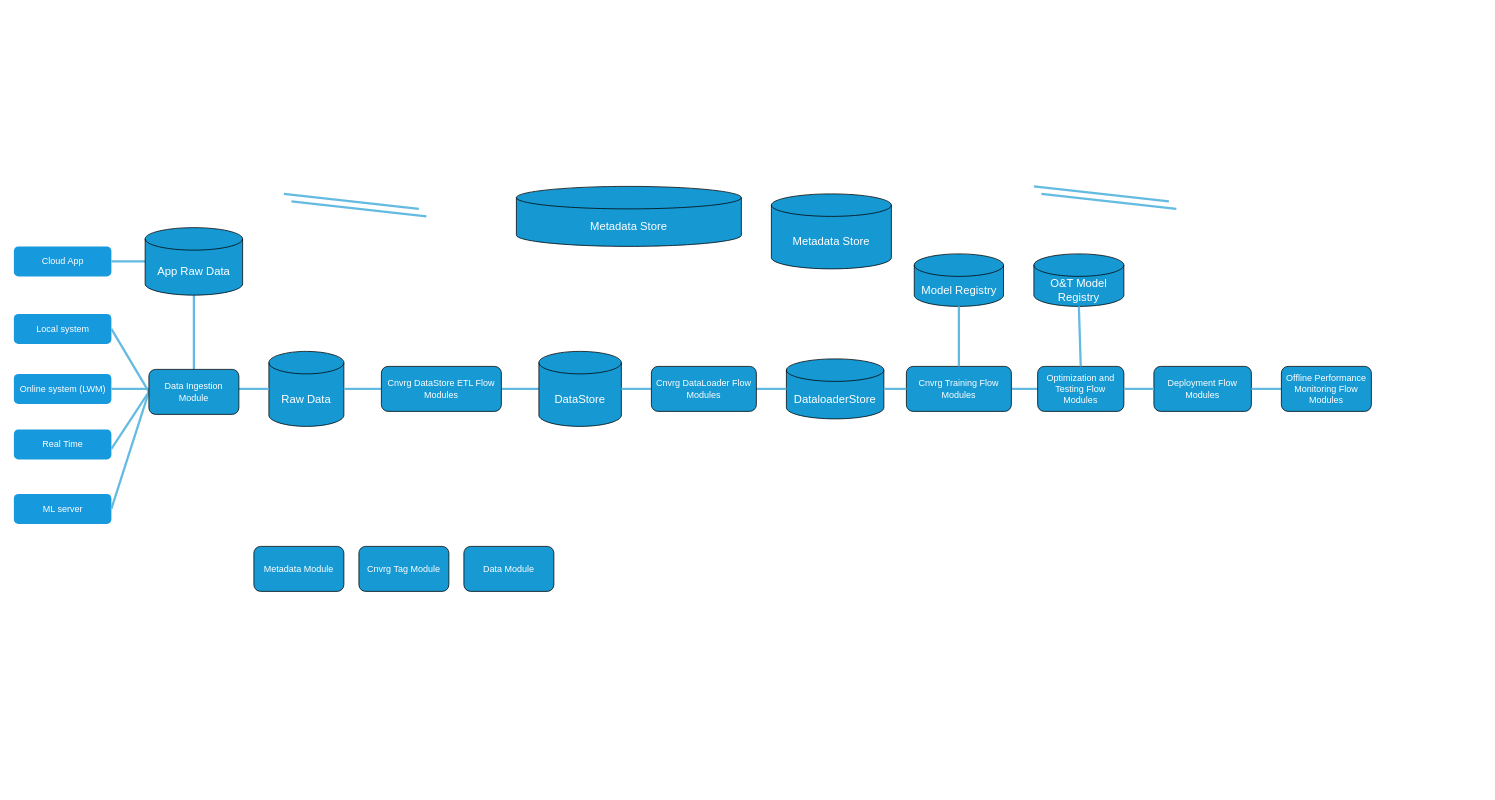
The draw.io diagram Untitled Diagram.drawio in mj1156/Face_Detection-Machine-Learning, before the edit. Source tidied: cells renumbered, new cells numbered last; positions are measured from the earlier drawing's top-left corner, leaving out a move shared by most shapes. Both pictures are drawn from the tidied source at 75%, with x=0, y=0 at pixel (14, 186).
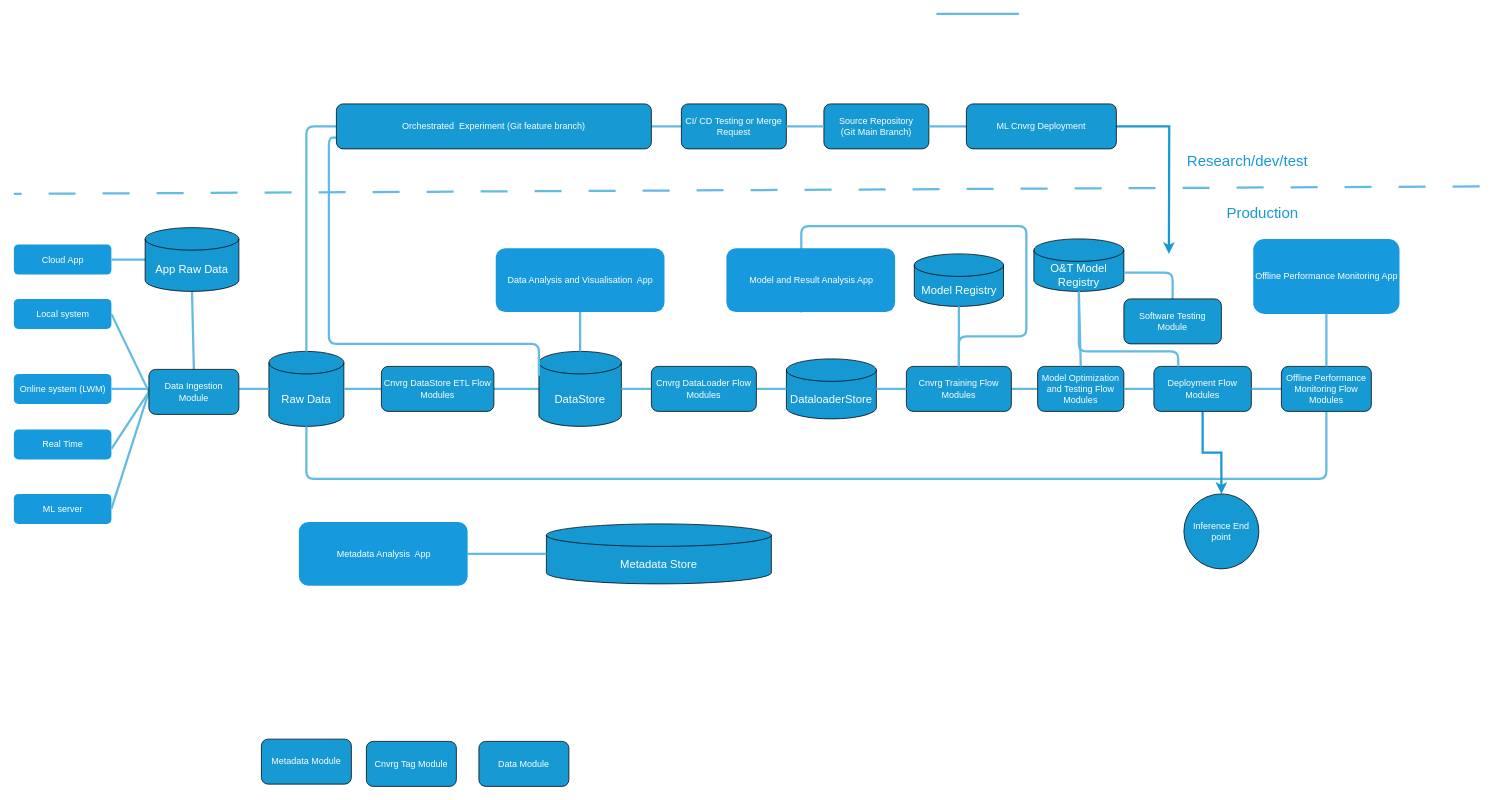
The same page after the edit.

The change refers to these unchanged cells:
```xml
<mxCell id="3" value="&lt;font color=&quot;#ffffff&quot; style=&quot;font-size: 15px;&quot;&gt;Raw Data&lt;/font&gt;" style="shape=cylinder3;whiteSpace=wrap;html=1;boundedLbl=1;backgroundOutline=1;size=15;fillColor=#1699d3;" parent="1" vertex="1">
  <mxGeometry x="340" y="220" width="100" height="100" as="geometry" />
</mxCell>
<mxCell id="18" value="&lt;font style=&quot;font-size: 15px;&quot; color=&quot;#ffffff&quot;&gt;DataStore&lt;/font&gt;" style="shape=cylinder3;whiteSpace=wrap;html=1;boundedLbl=1;backgroundOutline=1;size=15;fillColor=#1699d3;" parent="1" vertex="1">
  <mxGeometry x="700" y="220" width="110" height="100" as="geometry" />
</mxCell>
<mxCell id="34" value="&lt;font color=&quot;#ffffff&quot;&gt;Cnvrg Training Flow Modules&lt;/font&gt;" style="rounded=1;whiteSpace=wrap;html=1;fillColor=#1799d3;" parent="1" vertex="1">
  <mxGeometry x="1190" y="240" width="140" height="60" as="geometry" />
</mxCell>
<mxCell id="39" value="&lt;font color=&quot;#ffffff&quot;&gt;Deployment Flow Modules&lt;/font&gt;" style="rounded=1;whiteSpace=wrap;html=1;fillColor=#1799d3;" parent="1" vertex="1">
  <mxGeometry x="1520" y="240" width="130" height="60" as="geometry" />
</mxCell>
<mxCell id="45" value="&lt;font color=&quot;#ffffff&quot;&gt;Offline Performance Monitoring Flow Modules&lt;br&gt;&lt;/font&gt;" style="rounded=1;whiteSpace=wrap;html=1;fillColor=#1799d3;" parent="1" vertex="1">
  <mxGeometry x="1690" y="240" width="120" height="60" as="geometry" />
</mxCell>
```

The edit, as a diff of the source:
```diff
@@
     <mxCell id="2" value="Cloud App" style="rounded=1;fillColor=#1799dd;strokeColor=none;strokeWidth=3;shadow=0;html=1;fontColor=#FFFFFF;" parent="1" vertex="1">
-      <mxGeometry y="80" width="130" height="40" as="geometry" />
+      <mxGeometry y="77.5" width="130" height="40" as="geometry" />
     </mxCell>
@@
     <mxCell id="4" value="Local system" style="rounded=1;fillColor=#1799dd;strokeColor=none;strokeWidth=3;shadow=0;html=1;fontColor=#FFFFFF;" parent="1" vertex="1">
-      <mxGeometry y="170" width="130" height="40" as="geometry" />
+      <mxGeometry y="150" width="130" height="40" as="geometry" />
     </mxCell>
@@
-    <mxCell id="9" style="edgeStyle=none;endArrow=none;strokeWidth=3;strokeColor=#64BBE2;html=1;entryX=1;entryY=0.5;entryDx=0;entryDy=0;exitX=0;exitY=0.5;exitDx=0;exitDy=0;" parent="1" edge="1">
-      <mxGeometry x="-221.5" y="56.5" as="geometry">
-        <mxPoint x="540" y="30" as="sourcePoint" />
-        <mxPoint x="360" y="10" as="targetPoint" />
-      </mxGeometry>
+    <mxCell id="9" style="edgeStyle=orthogonalEdgeStyle;endArrow=none;strokeWidth=3;strokeColor=#64BBE2;html=1;entryX=0.5;entryY=0;entryDx=0;entryDy=0;exitX=0;exitY=0.5;exitDx=0;exitDy=0;entryPerimeter=0;" parent="1" edge="1" source="56" target="3">
+      <mxGeometry x="-221.5" y="56.5" as="geometry" />
     </mxCell>
@@
     <mxCell id="19" value="&lt;font style=&quot;font-size: 15px;&quot; color=&quot;#ffffff&quot;&gt;Metadata Store&lt;/font&gt;" style="shape=cylinder3;whiteSpace=wrap;html=1;boundedLbl=1;backgroundOutline=1;size=15;fillColor=#1699d3;" parent="1" vertex="1">
-      <mxGeometry x="670" width="300" height="80" as="geometry" />
+      <mxGeometry x="710" y="450" width="300" height="80" as="geometry" />
     </mxCell>
     <mxCell id="20" value="&lt;font style=&quot;font-size: 15px;&quot; color=&quot;#ffffff&quot;&gt;DataloaderStore&lt;/font&gt;" style="shape=cylinder3;whiteSpace=wrap;html=1;boundedLbl=1;backgroundOutline=1;size=15;fillColor=#1699d3;" parent="1" vertex="1">
-      <mxGeometry x="1030" y="230" width="130" height="80" as="geometry" />
+      <mxGeometry x="1030" y="230" width="120" height="80" as="geometry" />
     </mxCell>
@@
     <mxCell id="22" value="&lt;font style=&quot;font-size: 15px;&quot; color=&quot;#ffffff&quot;&gt;App Raw Data&lt;/font&gt;" style="shape=cylinder3;whiteSpace=wrap;html=1;boundedLbl=1;backgroundOutline=1;size=15;fillColor=#1699d3;" parent="1" vertex="1">
-      <mxGeometry x="175" y="55" width="130" height="90" as="geometry" />
+      <mxGeometry x="175" y="55" width="125" height="85" as="geometry" />
     </mxCell>
@@
     <mxCell id="24" value="&lt;font color=&quot;#ffffff&quot;&gt;Cnvrg DataStore ETL Flow Modules&lt;/font&gt;" style="rounded=1;whiteSpace=wrap;html=1;fillColor=#1799d3;" parent="1" vertex="1">
-      <mxGeometry x="490" y="240" width="160" height="60" as="geometry" />
+      <mxGeometry x="490" y="240" width="150" height="60" as="geometry" />
     </mxCell>
     <mxCell id="25" value="&lt;font color=&quot;#ffffff&quot;&gt;Data Module&lt;/font&gt;" style="rounded=1;whiteSpace=wrap;html=1;fillColor=#1799d3;" parent="1" vertex="1">
-      <mxGeometry x="600" y="480" width="120" height="60" as="geometry" />
+      <mxGeometry x="620" y="740" width="120" height="60" as="geometry" />
     </mxCell>
     <mxCell id="26" value="&lt;font color=&quot;#ffffff&quot;&gt;Cnvrg Tag Module&lt;/font&gt;" style="rounded=1;whiteSpace=wrap;html=1;fillColor=#1799d3;" parent="1" vertex="1">
-      <mxGeometry x="460" y="480" width="120" height="60" as="geometry" />
+      <mxGeometry x="470" y="740" width="120" height="60" as="geometry" />
     </mxCell>
     <mxCell id="27" value="&lt;font color=&quot;#ffffff&quot;&gt;Metadata Module&lt;/font&gt;" style="rounded=1;whiteSpace=wrap;html=1;fillColor=#1799d3;" parent="1" vertex="1">
-      <mxGeometry x="320" y="480" width="120" height="60" as="geometry" />
+      <mxGeometry x="330" y="737" width="120" height="60" as="geometry" />
     </mxCell>
-    <mxCell id="28" style="edgeStyle=none;endArrow=none;strokeWidth=3;strokeColor=#64BBE2;html=1;entryX=1;entryY=0.5;entryDx=0;entryDy=0;exitX=0;exitY=0.5;exitDx=0;exitDy=0;" parent="1" edge="1">
+    <mxCell id="28" style="edgeStyle=orthogonalEdgeStyle;endArrow=none;strokeWidth=3;strokeColor=#64BBE2;html=1;entryX=0.5;entryY=1;entryDx=0;entryDy=0;entryPerimeter=0;exitX=0.5;exitY=1;exitDx=0;exitDy=0;" parent="1" edge="1" source="45" target="3">
       <mxGeometry x="-221.5" y="56.5" as="geometry">
-        <mxPoint x="550" y="40" as="sourcePoint" />
-        <mxPoint x="370" y="20" as="targetPoint" />
+        <Array as="points">
+          <mxPoint x="1750" y="390" />
+          <mxPoint x="390" y="390" />
+        </Array>
       </mxGeometry>
     </mxCell>
-    <mxCell id="29" style="edgeStyle=none;endArrow=none;strokeWidth=3;strokeColor=#64BBE2;html=1;entryX=1;entryY=0.5;entryDx=0;entryDy=0;exitX=0;exitY=0.5;exitDx=0;exitDy=0;" parent="1" edge="1">
-      <mxGeometry x="-221.5" y="56.5" as="geometry">
-        <mxPoint x="1540" y="20" as="sourcePoint" />
-        <mxPoint x="1360" as="targetPoint" />
-      </mxGeometry>
-    </mxCell>
@@
-    <mxCell id="37" value="&lt;font style=&quot;font-size: 15px;&quot; color=&quot;#ffffff&quot;&gt;Metadata Store&lt;/font&gt;" style="shape=cylinder3;whiteSpace=wrap;html=1;boundedLbl=1;backgroundOutline=1;size=15;fillColor=#1699d3;" parent="1" vertex="1">
-      <mxGeometry x="1010" y="10" width="160" height="100" as="geometry" />
-    </mxCell>
-    <mxCell id="38" value="&lt;font color=&quot;#ffffff&quot;&gt;Optimization and Testing Flow Modules&lt;/font&gt;" style="rounded=1;whiteSpace=wrap;html=1;fillColor=#1799d3;" parent="1" vertex="1">
+    <mxCell id="38" value="&lt;font color=&quot;#ffffff&quot;&gt;Model Optimization and Testing Flow Modules&lt;/font&gt;" style="rounded=1;whiteSpace=wrap;html=1;fillColor=#1799d3;" parent="1" vertex="1">
       <mxGeometry x="1365" y="240" width="115" height="60" as="geometry" />
     </mxCell>
+    <mxCell id="46" style="edgeStyle=orthogonalEdgeStyle;rounded=0;jettySize=auto;html=1;strokeColor=#1699D3;strokeWidth=3;" parent="1" edge="1" source="39" target="69">
+      <mxGeometry relative="1" as="geometry" />
+    </mxCell>
@@
     <mxCell id="41" value="&lt;font color=&quot;#ffffff&quot;&gt;&lt;span style=&quot;font-size: 15px;&quot;&gt;O&amp;amp;T Model Registry&lt;/span&gt;&lt;/font&gt;" style="shape=cylinder3;whiteSpace=wrap;html=1;boundedLbl=1;backgroundOutline=1;size=15;fillColor=#1699d3;" parent="1" vertex="1">
-      <mxGeometry x="1360" y="90" width="120" height="70" as="geometry" />
+      <mxGeometry x="1360" y="70" width="120" height="70" as="geometry" />
     </mxCell>
-    <mxCell id="42" style="edgeStyle=none;endArrow=none;strokeWidth=3;strokeColor=#64BBE2;html=1;entryX=1;entryY=0.5;entryDx=0;entryDy=0;exitX=0;exitY=0.5;exitDx=0;exitDy=0;" parent="1" edge="1">
+    <mxCell id="42" style="edgeStyle=orthogonalEdgeStyle;endArrow=none;strokeWidth=3;strokeColor=#64BBE2;html=1;exitX=0.5;exitY=0;exitDx=0;exitDy=0;entryX=0.444;entryY=1.007;entryDx=0;entryDy=0;entryPerimeter=0;" parent="1" edge="1" source="34" target="50">
       <mxGeometry x="-221.5" y="56.5" as="geometry">
-        <mxPoint x="1550" y="30" as="sourcePoint" />
-        <mxPoint x="1370" y="10" as="targetPoint" />
+        <Array as="points">
+          <mxPoint x="1260" y="200" />
+          <mxPoint x="1350" y="200" />
+          <mxPoint x="1350" y="53" />
+        </Array>
       </mxGeometry>
     </mxCell>
@@
+    <mxCell id="47" value="Data Analysis and Visualisation&amp;nbsp; App" style="rounded=1;fillColor=#1799dd;strokeColor=none;strokeWidth=3;shadow=0;html=1;fontColor=#FFFFFF;" parent="1" vertex="1">
+      <mxGeometry x="642.5" y="82.5" width="225" height="85" as="geometry" />
+    </mxCell>
+    <mxCell id="48" style="edgeStyle=orthogonalEdgeStyle;endArrow=none;strokeWidth=3;strokeColor=#64BBE2;html=1;entryX=0;entryY=0.75;entryDx=0;entryDy=0;exitX=0;exitY=0;exitDx=0;exitDy=32.5;exitPerimeter=0;" parent="1" edge="1" source="18" target="56">
+      <mxGeometry x="-221.5" y="56.5" as="geometry">
+        <Array as="points">
+          <mxPoint x="700" y="210" />
+          <mxPoint x="420" y="210" />
+          <mxPoint x="420" y="-65" />
+        </Array>
+      </mxGeometry>
+    </mxCell>
+    <mxCell id="49" style="edgeStyle=none;endArrow=none;strokeWidth=3;strokeColor=#64BBE2;html=1;entryX=0.5;entryY=1;entryDx=0;entryDy=0;exitX=0.5;exitY=0;exitDx=0;exitDy=0;exitPerimeter=0;" parent="1" edge="1" source="18" target="47">
+      <mxGeometry x="-221.5" y="56.5" as="geometry" />
+    </mxCell>
+    <mxCell id="50" value="Model and Result Analysis App" style="rounded=1;fillColor=#1799dd;strokeColor=none;strokeWidth=3;shadow=0;html=1;fontColor=#FFFFFF;" parent="1" vertex="1">
+      <mxGeometry x="950" y="82.5" width="225" height="85" as="geometry" />
+    </mxCell>
+    <mxCell id="51" value="Offline Performance Monitoring App" style="rounded=1;fillColor=#1799dd;strokeColor=none;strokeWidth=3;shadow=0;html=1;fontColor=#FFFFFF;" parent="1" vertex="1">
+      <mxGeometry x="1652.5" y="70" width="195" height="100" as="geometry" />
+    </mxCell>
+    <mxCell id="52" style="edgeStyle=none;endArrow=none;strokeWidth=3;strokeColor=#64BBE2;html=1;entryX=1;entryY=0.5;entryDx=0;entryDy=0;" parent="1" edge="1" source="57" target="56">
+      <mxGeometry x="-221.5" y="56.5" as="geometry" />
+    </mxCell>
+    <mxCell id="53" style="edgeStyle=none;endArrow=none;strokeWidth=3;strokeColor=#64BBE2;html=1;entryX=1;entryY=0.5;entryDx=0;entryDy=0;exitX=0;exitY=0.5;exitDx=0;exitDy=0;exitPerimeter=0;" parent="1" edge="1" source="19" target="55">
+      <mxGeometry x="-221.5" y="56.5" as="geometry" />
+    </mxCell>
+    <mxCell id="54" style="edgeStyle=none;endArrow=none;strokeWidth=3;strokeColor=#64BBE2;html=1;entryX=0.5;entryY=1;entryDx=0;entryDy=0;exitX=0.5;exitY=0;exitDx=0;exitDy=0;" parent="1" edge="1" source="45" target="51">
+      <mxGeometry x="-221.5" y="56.5" as="geometry" />
+    </mxCell>
+    <mxCell id="55" value="Metadata Analysis&amp;nbsp; App" style="rounded=1;fillColor=#1799dd;strokeColor=none;strokeWidth=3;shadow=0;html=1;fontColor=#FFFFFF;" parent="1" vertex="1">
+      <mxGeometry x="380" y="447.5" width="225" height="85" as="geometry" />
+    </mxCell>
+    <mxCell id="56" value="&lt;font color=&quot;#ffffff&quot;&gt;Orchestrated&amp;nbsp; Experiment (Git feature branch)&lt;/font&gt;" style="rounded=1;whiteSpace=wrap;html=1;fillColor=#1799d3;" parent="1" vertex="1">
+      <mxGeometry x="430" y="-110" width="420" height="60" as="geometry" />
+    </mxCell>
+    <mxCell id="57" value="&lt;font color=&quot;#ffffff&quot;&gt;CI/ CD Testing or Merge Request&lt;/font&gt;" style="rounded=1;whiteSpace=wrap;html=1;fillColor=#1799d3;" parent="1" vertex="1">
+      <mxGeometry x="890" y="-110" width="140" height="60" as="geometry" />
+    </mxCell>
+    <mxCell id="58" value="&lt;font color=&quot;#ffffff&quot;&gt;Source Repository&lt;br&gt;(Git Main Branch)&lt;/font&gt;" style="rounded=1;whiteSpace=wrap;html=1;fillColor=#1799d3;" parent="1" vertex="1">
+      <mxGeometry x="1080" y="-110" width="140" height="60" as="geometry" />
+    </mxCell>
+    <mxCell id="59" style="edgeStyle=none;endArrow=none;strokeWidth=3;strokeColor=#64BBE2;html=1;entryX=1;entryY=0.5;entryDx=0;entryDy=0;" parent="1" edge="1">
+      <mxGeometry x="-221.5" y="56.5" as="geometry">
+        <mxPoint x="1340" y="-230" as="sourcePoint" />
+        <mxPoint x="1230" y="-230" as="targetPoint" />
+      </mxGeometry>
+    </mxCell>
+    <mxCell id="60" style="edgeStyle=none;endArrow=none;strokeWidth=3;strokeColor=#64BBE2;html=1;dashed=1;dashPattern=12 12;" parent="1" edge="1">
+      <mxGeometry x="-221.5" y="56.5" as="geometry">
+        <mxPoint x="1954.3" as="sourcePoint" />
+        <mxPoint y="10" as="targetPoint" />
+      </mxGeometry>
+    </mxCell>
+    <mxCell id="61" style="edgeStyle=none;endArrow=none;strokeWidth=3;strokeColor=#64BBE2;html=1;entryX=1;entryY=0.5;entryDx=0;entryDy=0;exitX=0;exitY=0.5;exitDx=0;exitDy=0;" parent="1" edge="1" source="64" target="58">
+      <mxGeometry x="-221.5" y="56.5" as="geometry" />
+    </mxCell>
+    <mxCell id="62" style="edgeStyle=none;endArrow=none;strokeWidth=3;strokeColor=#64BBE2;html=1;entryX=1;entryY=0.5;entryDx=0;entryDy=0;exitX=0;exitY=0.5;exitDx=0;exitDy=0;" parent="1" edge="1" source="58" target="57">
+      <mxGeometry x="-221.5" y="56.5" as="geometry" />
+    </mxCell>
+    <mxCell id="63" style="edgeStyle=orthogonalEdgeStyle;rounded=0;jettySize=auto;html=1;strokeColor=#1799d3;strokeWidth=3;" parent="1" edge="1" source="64">
+      <mxGeometry relative="1" as="geometry">
+        <mxPoint x="1540" y="90" as="targetPoint" />
+      </mxGeometry>
+    </mxCell>
+    <mxCell id="64" value="&lt;font color=&quot;#ffffff&quot;&gt;ML Cnvrg Deployment&lt;/font&gt;" style="rounded=1;whiteSpace=wrap;html=1;fillColor=#1799d3;" parent="1" vertex="1">
+      <mxGeometry x="1270" y="-110" width="200" height="60" as="geometry" />
+    </mxCell>
+    <mxCell id="65" value="&lt;font style=&quot;font-size: 20px;&quot; color=&quot;#1799d3&quot;&gt;Research/dev/test&lt;/font&gt;" style="text;html=1;strokeColor=none;fillColor=none;align=center;verticalAlign=middle;whiteSpace=wrap;rounded=0;" parent="1" vertex="1">
+      <mxGeometry x="1570" y="-50" width="150" height="30" as="geometry" />
+    </mxCell>
+    <mxCell id="66" value="&lt;font color=&quot;#1799d3&quot;&gt;&lt;span style=&quot;font-size: 20px;&quot;&gt;Production&lt;/span&gt;&lt;/font&gt;" style="text;html=1;strokeColor=none;fillColor=none;align=center;verticalAlign=middle;whiteSpace=wrap;rounded=0;" parent="1" vertex="1">
+      <mxGeometry x="1570" y="20" width="190" height="30" as="geometry" />
+    </mxCell>
+    <mxCell id="67" style="edgeStyle=orthogonalEdgeStyle;endArrow=none;strokeWidth=3;strokeColor=#64BBE2;html=1;entryX=1;entryY=0;entryDx=0;entryDy=45;entryPerimeter=0;exitX=0.5;exitY=0;exitDx=0;exitDy=0;" parent="1" edge="1" source="68" target="41">
+      <mxGeometry x="-221.5" y="56.5" as="geometry" />
+    </mxCell>
+    <mxCell id="68" value="&lt;font color=&quot;#ffffff&quot;&gt;Software Testing Module&lt;/font&gt;" style="rounded=1;whiteSpace=wrap;html=1;fillColor=#1799d3;" parent="1" vertex="1">
+      <mxGeometry x="1480" y="150" width="130" height="60" as="geometry" />
+    </mxCell>
+    <mxCell id="69" value="&lt;font color=&quot;#ffffff&quot;&gt;Inference End point&lt;/font&gt;" style="ellipse;whiteSpace=wrap;html=1;fillColor=#1699D3;" parent="1" vertex="1">
+      <mxGeometry x="1560" y="410" width="100" height="100" as="geometry" />
+    </mxCell>
+    <mxCell id="70" style="edgeStyle=orthogonalEdgeStyle;endArrow=none;strokeWidth=3;strokeColor=#64BBE2;html=1;exitX=0.25;exitY=0;exitDx=0;exitDy=0;" parent="1" edge="1" source="39" target="41">
+      <mxGeometry x="-221.5" y="56.5" as="geometry">
+        <Array as="points">
+          <mxPoint x="1553" y="220" />
+          <mxPoint x="1420" y="220" />
+        </Array>
+      </mxGeometry>
+    </mxCell>
```
